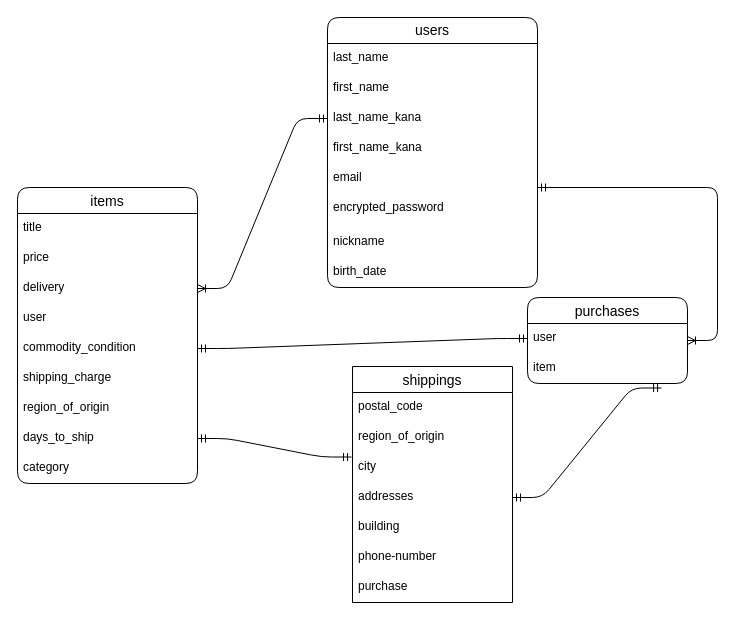
Above: furima.dio in suzukazu696969/furima-38767 (draw.io), before the change. Source tidied: cells renumbered, new cells numbered last; positions are measured from the earlier drawing's top-left corner, leaving out a move shared by most shapes. Both pictures are drawn from the tidied source at 100%, with x=0, y=0 at pixel (17, 17).
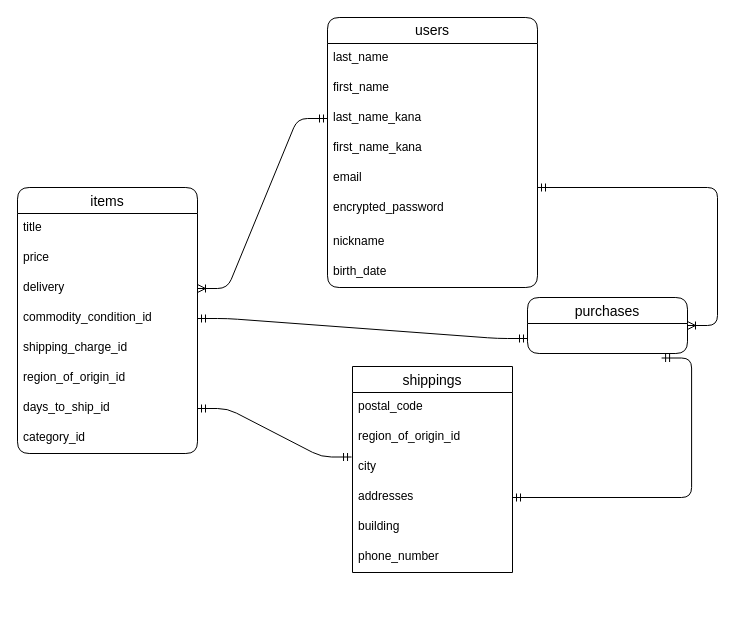
Above is the later version.

Unchanged cells that the change refers to:
```xml
<mxCell id="19" value="addresses" style="text;strokeColor=none;fillColor=none;spacingLeft=4;spacingRight=4;overflow=hidden;points=[[0,0.5],[1,0.5]];portConstraint=eastwest;fontSize=12;" parent="15" vertex="1">
  <mxGeometry y="116" width="160" height="30" as="geometry" />
</mxCell>
```

Diff of the diagram source:
```diff
@@
     <mxCell id="12" value="purchases" style="swimlane;fontStyle=0;horizontal=1;startSize=26;align=center;fontSize=14;rounded=1;fillColor=none;gradientColor=#ffffff;" parent="1" vertex="1">
-      <mxGeometry x="510" y="280" width="160" height="86" as="geometry" />
+      <mxGeometry x="510" y="280" width="160" height="56" as="geometry" />
     </mxCell>
-    <mxCell id="13" value="user" style="text;strokeColor=none;fillColor=none;spacingLeft=4;spacingRight=4;overflow=hidden;fontSize=12;" parent="12" vertex="1">
-      <mxGeometry y="26" width="160" height="30" as="geometry" />
-    </mxCell>
-    <mxCell id="14" value="item" style="text;strokeColor=none;fillColor=none;spacingLeft=4;spacingRight=4;overflow=hidden;points=[[0,0.5],[1,0.5]];portConstraint=eastwest;fontSize=12;" parent="12" vertex="1">
-      <mxGeometry y="56" width="160" height="30" as="geometry" />
-    </mxCell>
     <mxCell id="15" value="shippings" style="swimlane;fontStyle=0;horizontal=1;startSize=26;align=center;fontSize=14;" parent="1" vertex="1">
-      <mxGeometry x="335" y="349" width="160" height="236" as="geometry" />
+      <mxGeometry x="335" y="349" width="160" height="206" as="geometry" />
     </mxCell>
@@
-    <mxCell id="17" value="region_of_origin" style="text;strokeColor=none;fillColor=none;spacingLeft=4;spacingRight=4;overflow=hidden;fontSize=12;" parent="15" vertex="1">
+    <mxCell id="17" value="region_of_origin_id" style="text;strokeColor=none;fillColor=none;spacingLeft=4;spacingRight=4;overflow=hidden;fontSize=12;" parent="15" vertex="1">
       <mxGeometry y="56" width="160" height="30" as="geometry" />
     </mxCell>
@@
-    <mxCell id="21" value="phone-number" style="text;strokeColor=none;fillColor=none;spacingLeft=4;spacingRight=4;overflow=hidden;fontSize=12;" parent="15" vertex="1">
+    <mxCell id="21" value="phone_number" style="text;strokeColor=none;fillColor=none;spacingLeft=4;spacingRight=4;overflow=hidden;fontSize=12;" parent="15" vertex="1">
       <mxGeometry y="176" width="160" height="30" as="geometry" />
     </mxCell>
-    <mxCell id="22" value="purchase " style="text;strokeColor=none;fillColor=none;spacingLeft=4;spacingRight=4;overflow=hidden;fontSize=12;" parent="15" vertex="1">
-      <mxGeometry y="206" width="160" height="30" as="geometry" />
-    </mxCell>
     <mxCell id="23" value="items" style="swimlane;fontStyle=0;horizontal=1;startSize=26;align=center;fontSize=14;rounded=1;fillColor=none;gradientColor=#ffffff;" parent="1" vertex="1">
-      <mxGeometry y="170" width="180" height="296" as="geometry" />
+      <mxGeometry y="170" width="180" height="266" as="geometry" />
     </mxCell>
@@
-    <mxCell id="27" value="user" style="text;strokeColor=none;fillColor=none;spacingLeft=4;spacingRight=4;overflow=hidden;fontSize=12;" parent="23" vertex="1">
-      <mxGeometry y="116" width="180" height="30" as="geometry" />
-    </mxCell>
-    <mxCell id="28" value="commodity_condition" style="text;strokeColor=none;fillColor=none;spacingLeft=4;spacingRight=4;overflow=hidden;points=[[0,0.5],[1,0.5]];portConstraint=eastwest;fontSize=12;" parent="23" vertex="1">
-      <mxGeometry y="146" width="180" height="30" as="geometry" />
+    <mxCell id="28" value="commodity_condition_id" style="text;strokeColor=none;fillColor=none;spacingLeft=4;spacingRight=4;overflow=hidden;points=[[0,0.5],[1,0.5]];portConstraint=eastwest;fontSize=12;" parent="23" vertex="1">
+      <mxGeometry y="116" width="180" height="30" as="geometry" />
     </mxCell>
-    <mxCell id="29" value="shipping_charge" style="text;strokeColor=none;fillColor=none;spacingLeft=4;spacingRight=4;overflow=hidden;fontSize=12;" parent="23" vertex="1">
-      <mxGeometry y="176" width="180" height="30" as="geometry" />
+    <mxCell id="29" value="shipping_charge_id" style="text;strokeColor=none;fillColor=none;spacingLeft=4;spacingRight=4;overflow=hidden;fontSize=12;" parent="23" vertex="1">
+      <mxGeometry y="146" width="180" height="30" as="geometry" />
     </mxCell>
-    <mxCell id="30" value="region_of_origin" style="text;strokeColor=none;fillColor=none;spacingLeft=4;spacingRight=4;overflow=hidden;fontSize=12;" parent="23" vertex="1">
-      <mxGeometry y="206" width="180" height="30" as="geometry" />
+    <mxCell id="30" value="region_of_origin_id" style="text;strokeColor=none;fillColor=none;spacingLeft=4;spacingRight=4;overflow=hidden;fontSize=12;" parent="23" vertex="1">
+      <mxGeometry y="176" width="180" height="30" as="geometry" />
     </mxCell>
-    <mxCell id="31" value="days_to_ship" style="text;strokeColor=none;fillColor=none;spacingLeft=4;spacingRight=4;overflow=hidden;points=[[0,0.5],[1,0.5]];portConstraint=eastwest;fontSize=12;" parent="23" vertex="1">
-      <mxGeometry y="236" width="180" height="30" as="geometry" />
+    <mxCell id="31" value="days_to_ship_id" style="text;strokeColor=none;fillColor=none;spacingLeft=4;spacingRight=4;overflow=hidden;points=[[0,0.5],[1,0.5]];portConstraint=eastwest;fontSize=12;" parent="23" vertex="1">
+      <mxGeometry y="206" width="180" height="30" as="geometry" />
     </mxCell>
-    <mxCell id="32" value="category" style="text;strokeColor=none;fillColor=none;spacingLeft=4;spacingRight=4;overflow=hidden;fontSize=12;" parent="23" vertex="1">
-      <mxGeometry y="266" width="180" height="30" as="geometry" />
+    <mxCell id="32" value="category_id" style="text;strokeColor=none;fillColor=none;spacingLeft=4;spacingRight=4;overflow=hidden;fontSize=12;" parent="23" vertex="1">
+      <mxGeometry y="236" width="180" height="30" as="geometry" />
     </mxCell>
@@
-    <mxCell id="37" style="edgeStyle=entityRelationEdgeStyle;fontSize=12;html=1;endArrow=ERmandOne;startArrow=ERmandOne;entryX=1;entryY=0.5;entryDx=0;entryDy=0;exitX=0.838;exitY=1.15;exitDx=0;exitDy=0;exitPerimeter=0;" parent="1" edge="1" source="14" target="19">
-      <mxGeometry relative="1" as="geometry" />
+    <mxCell id="37" style="edgeStyle=entityRelationEdgeStyle;fontSize=12;html=1;endArrow=ERmandOne;startArrow=ERmandOne;entryX=1;entryY=0.5;entryDx=0;entryDy=0;exitX=0.838;exitY=1.15;exitDx=0;exitDy=0;exitPerimeter=0;" parent="1" edge="1" target="19">
+      <mxGeometry relative="1" as="geometry">
+        <mxPoint x="644.1" y="340.5" as="sourcePoint" />
+      </mxGeometry>
     </mxCell>
```
